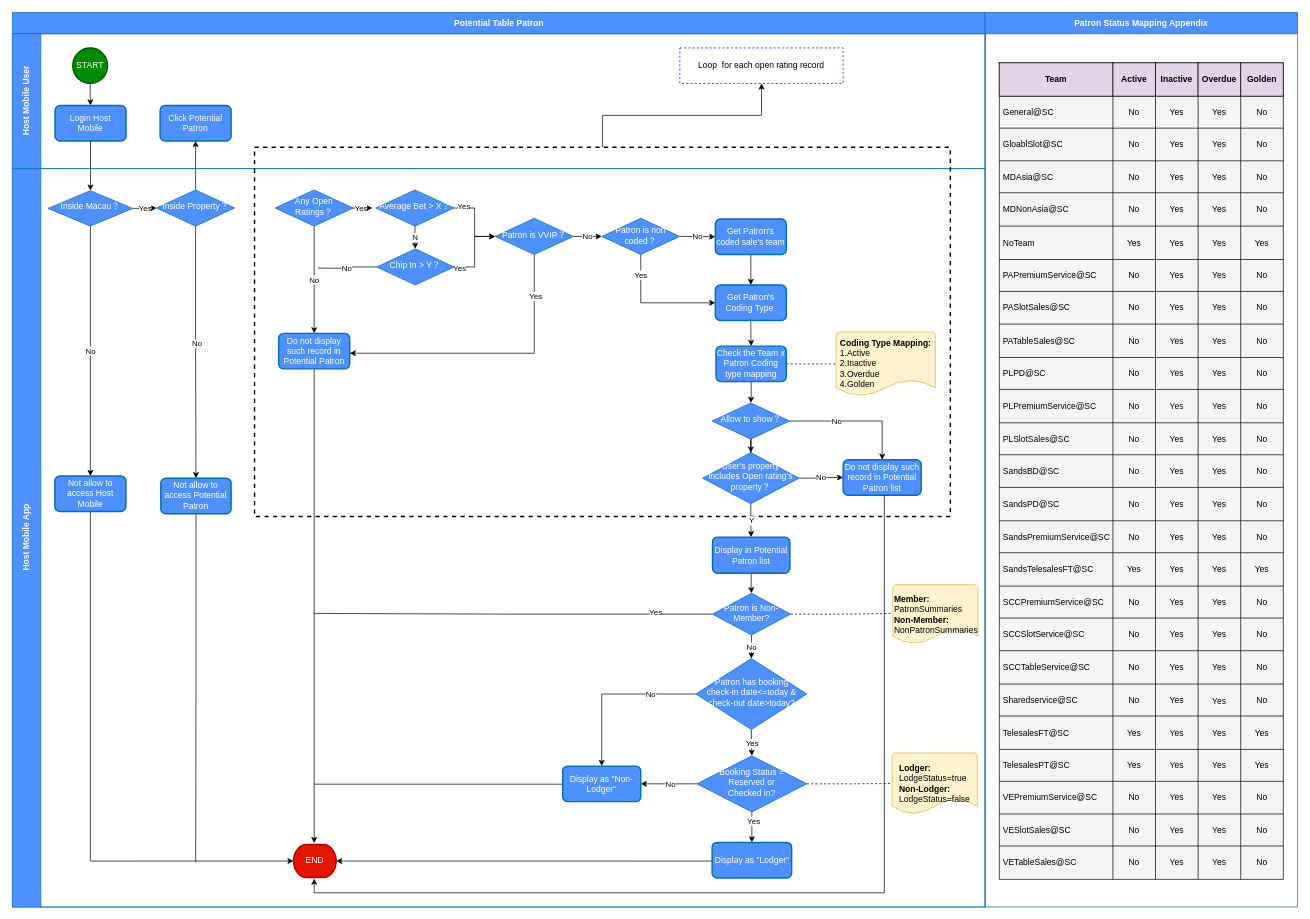
xiaobao0706/drawio keeps this draw.io diagram as Potential Slot Patron.drawio. Above is the earlier version. Source tidied: cells renumbered, new cells numbered last; positions are measured from the earlier drawing's top-left corner, leaving out a move shared by most shapes. Both pictures are drawn from the tidied source at 71%, with x=0, y=0 at pixel (12, 12).
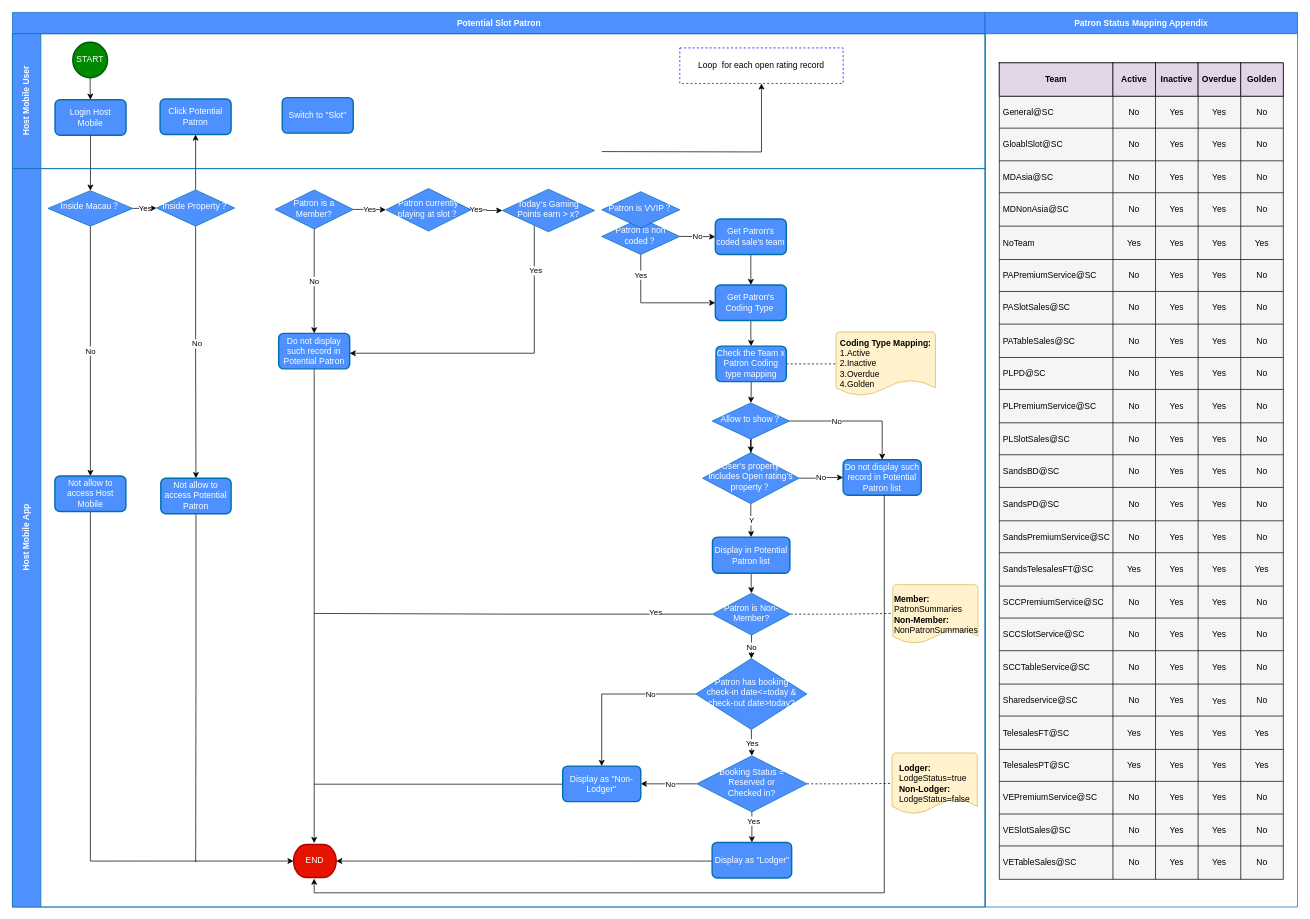
After the change.

Unchanged cells that the change refers to:
```xml
<mxCell id="3" value="Host Mobile User" style="swimlane;startSize=40;horizontal=0;html=1;fillColor=#4d90fe;fontColor=#ffffff;strokeColor=#006EAF;" parent="2" vertex="1">
  <mxGeometry y="30" width="1370" height="190" as="geometry" />
</mxCell>
<mxCell id="8" value="Loop&amp;nbsp; for each open rating record" style="rounded=0;whiteSpace=wrap;html=1;dashed=1;strokeColor=#0000FF;" parent="3" vertex="1">
  <mxGeometry x="940" y="20" width="230" height="50" as="geometry" />
</mxCell>
<mxCell id="12" value="Host Mobile App" style="swimlane;startSize=40;horizontal=0;html=1;fillColor=#4d90fe;fontColor=#ffffff;strokeColor=#006EAF;" parent="2" vertex="1">
  <mxGeometry y="220" width="1370" height="1040" as="geometry" />
</mxCell>
<mxCell id="44" value="Patron is non coded？" style="rhombus;whiteSpace=wrap;html=1;shadow=0;fontFamily=Helvetica;fontSize=12;align=center;strokeWidth=1;spacing=6;spacingTop=-4;fillColor=#4d90fe;fontColor=#ffffff;strokeColor=#006EAF;" parent="12" vertex="1">
  <mxGeometry x="830" y="70" width="110" height="51" as="geometry" />
</mxCell>
```

Change to the diagram source:
```diff
@@
-    <mxCell id="2" value="Potential Table Patron" style="swimlane;horizontal=1;startSize=30;html=1;direction=east;fillColor=#4d90fe;fontColor=#ffffff;strokeColor=#006EAF;" parent="1" vertex="1">
+    <mxCell id="2" value="Potential Slot Patron" style="swimlane;horizontal=1;startSize=30;html=1;direction=east;fillColor=#4d90fe;fontColor=#ffffff;strokeColor=#006EAF;" parent="1" vertex="1">
       <mxGeometry width="1370" height="1260" as="geometry" />
     </mxCell>
@@
     <mxCell id="5" value="START" style="strokeWidth=2;html=1;shape=mxgraph.flowchart.start_2;whiteSpace=wrap;fillColor=#008a00;fontColor=#ffffff;strokeColor=#005700;" parent="3" vertex="1">
-      <mxGeometry x="85" y="20" width="49" height="50" as="geometry" />
+      <mxGeometry x="85" y="12" width="49" height="50" as="geometry" />
     </mxCell>
     <mxCell id="6" value="Login Host &lt;br&gt;Mobile" style="rounded=1;whiteSpace=wrap;html=1;absoluteArcSize=1;arcSize=14;strokeWidth=2;fillColor=#4d90fe;fontColor=#ffffff;strokeColor=#006EAF;" parent="3" vertex="1">
-      <mxGeometry x="60" y="101" width="100" height="50" as="geometry" />
+      <mxGeometry x="60" y="93" width="100" height="50" as="geometry" />
     </mxCell>
     <mxCell id="7" value="Click Potential Patron" style="rounded=1;whiteSpace=wrap;html=1;absoluteArcSize=1;arcSize=14;strokeWidth=2;fillColor=#4d90fe;fontColor=#ffffff;strokeColor=#006EAF;" parent="3" vertex="1">
-      <mxGeometry x="208" y="101" width="100" height="50" as="geometry" />
+      <mxGeometry x="208" y="92" width="100" height="50" as="geometry" />
     </mxCell>
@@
+    <mxCell id="235" value="Switch to &quot;Slot&quot;" style="rounded=1;whiteSpace=wrap;html=1;absoluteArcSize=1;arcSize=14;strokeWidth=2;fillColor=#4d90fe;fontColor=#ffffff;strokeColor=#006EAF;" parent="3" vertex="1">
+      <mxGeometry x="380" y="90" width="100" height="50" as="geometry" />
+    </mxCell>
@@
-    <mxCell id="11" style="edgeStyle=orthogonalEdgeStyle;rounded=0;jettySize=auto;html=1;" parent="2" edge="1" source="13" target="8">
-      <mxGeometry relative="1" as="geometry" />
+    <mxCell id="11" style="edgeStyle=orthogonalEdgeStyle;rounded=0;jettySize=auto;html=1;" parent="2" edge="1" target="8">
+      <mxGeometry relative="1" as="geometry">
+        <mxPoint x="830" y="196" as="sourcePoint" />
+      </mxGeometry>
     </mxCell>
@@
-    <mxCell id="13" style="verticalLabelPosition=bottom;verticalAlign=top;html=1;shape=mxgraph.basic.rect;fillColor2=none;strokeWidth=2;size=20;indent=5;dashed=1;fillColor=none;" parent="12" vertex="1">
-      <mxGeometry x="341" y="-30" width="980" height="520" as="geometry" />
-    </mxCell>
@@
-    <mxCell id="24" value="Yes" style="edgeStyle=orthogonalEdgeStyle;rounded=0;orthogonalLoop=1;jettySize=auto;html=1;" parent="12" edge="1">
-      <mxGeometry relative="1" as="geometry">
-        <mxPoint x="475" y="55.5" as="sourcePoint" />
-        <mxPoint x="507" y="55.5" as="targetPoint" />
-      </mxGeometry>
+    <mxCell id="24" value="Yes" style="edgeStyle=orthogonalEdgeStyle;rounded=0;jettySize=auto;html=1;entryX=0;entryY=0.5;entryDx=0;entryDy=0;exitX=1;exitY=0.5;exitDx=0;exitDy=0;" parent="12" edge="1" source="26" target="31">
+      <mxGeometry relative="1" as="geometry" />
     </mxCell>
@@
-    <mxCell id="26" value="Any Open Ratings？" style="rhombus;whiteSpace=wrap;html=1;shadow=0;fontFamily=Helvetica;fontSize=12;align=center;strokeWidth=1;spacing=6;spacingTop=-4;fillColor=#4d90fe;fontColor=#ffffff;strokeColor=#006EAF;" parent="12" vertex="1">
-      <mxGeometry x="370" y="30" width="110" height="51" as="geometry" />
+    <mxCell id="26" value="Patron is a Member?" style="rhombus;whiteSpace=wrap;html=1;shadow=0;fontFamily=Helvetica;fontSize=12;align=center;strokeWidth=1;spacing=6;spacingTop=-4;fillColor=#4d90fe;fontColor=#ffffff;strokeColor=#006EAF;" parent="12" vertex="1">
+      <mxGeometry x="370" y="30" width="110" height="55" as="geometry" />
     </mxCell>
-    <mxCell id="27" value="N" style="edgeStyle=orthogonalEdgeStyle;rounded=0;jettySize=auto;html=1;" parent="12" edge="1" source="31" target="35">
-      <mxGeometry relative="1" as="geometry" />
-    </mxCell>
@@
-    <mxCell id="31" value="Average Bet &amp;gt; X？" style="rhombus;whiteSpace=wrap;html=1;shadow=0;fontFamily=Helvetica;fontSize=12;align=center;strokeWidth=1;spacing=6;spacingTop=-4;fillColor=#4d90fe;fontColor=#ffffff;strokeColor=#006EAF;" parent="12" vertex="1">
-      <mxGeometry x="512" y="30" width="110" height="51" as="geometry" />
+    <mxCell id="31" value="Patron currently playing at slot？" style="rhombus;whiteSpace=wrap;html=1;shadow=0;fontFamily=Helvetica;fontSize=12;align=center;strokeWidth=1;spacing=6;spacingTop=-4;fillColor=#4d90fe;fontColor=#ffffff;strokeColor=#006EAF;" parent="12" vertex="1">
+      <mxGeometry x="526" y="28" width="120" height="60" as="geometry" />
     </mxCell>
-    <mxCell id="32" style="edgeStyle=orthogonalEdgeStyle;rounded=0;jettySize=auto;html=1;endArrow=none;endFill=0;" parent="12" edge="1" source="35">
-      <mxGeometry relative="1" as="geometry">
-        <mxPoint x="430" y="140" as="targetPoint" />
-      </mxGeometry>
-    </mxCell>
-    <mxCell id="33" value="No" style="edgeLabel;html=1;align=center;verticalAlign=middle;" parent="32" vertex="1">
-      <mxGeometry x="0.06" relative="1" as="geometry" />
-    </mxCell>
-    <mxCell id="34" value="Yes" style="edgeStyle=orthogonalEdgeStyle;rounded=0;jettySize=auto;html=1;" parent="12" edge="1" source="35" target="41">
-      <mxGeometry x="-0.84" y="-1" relative="1" as="geometry" />
-    </mxCell>
-    <mxCell id="35" value="Chip In &amp;gt; Y？" style="rhombus;whiteSpace=wrap;html=1;shadow=0;fontFamily=Helvetica;fontSize=12;align=center;strokeWidth=1;spacing=6;spacingTop=-4;fillColor=#4d90fe;fontColor=#ffffff;strokeColor=#006EAF;" parent="12" vertex="1">
-      <mxGeometry x="513" y="113" width="109" height="51" as="geometry" />
-    </mxCell>
@@
-    <mxCell id="38" value="No" style="edgeStyle=orthogonalEdgeStyle;rounded=0;jettySize=auto;html=1;" parent="12" edge="1" source="41" target="44">
-      <mxGeometry relative="1" as="geometry">
-        <Array as="points">
-          <mxPoint x="810" y="96" />
-          <mxPoint x="810" y="96" />
-        </Array>
-      </mxGeometry>
-    </mxCell>
@@
-    <mxCell id="41" value="Patron is VVIP？" style="rhombus;whiteSpace=wrap;html=1;shadow=0;fontFamily=Helvetica;fontSize=12;align=center;strokeWidth=1;spacing=6;spacingTop=-4;fillColor=#4d90fe;fontColor=#ffffff;strokeColor=#006EAF;" parent="12" vertex="1">
-      <mxGeometry x="680" y="70" width="110" height="51" as="geometry" />
+    <mxCell id="41" value="Today‘s Gaming Points earn &amp;gt; x?" style="rhombus;whiteSpace=wrap;html=1;shadow=0;fontFamily=Helvetica;fontSize=12;align=center;strokeWidth=1;spacing=6;spacingTop=-4;fillColor=#4d90fe;fontColor=#ffffff;strokeColor=#006EAF;" parent="12" vertex="1">
+      <mxGeometry x="690" y="29" width="130" height="60" as="geometry" />
     </mxCell>
@@
+    <mxCell id="236" value="Patron is VVIP？" style="rhombus;whiteSpace=wrap;html=1;shadow=0;fontFamily=Helvetica;fontSize=12;align=center;strokeWidth=1;spacing=6;spacingTop=-4;fillColor=#4d90fe;fontColor=#ffffff;strokeColor=#006EAF;" parent="12" vertex="1">
+      <mxGeometry x="830" y="32.5" width="110" height="51" as="geometry" />
+    </mxCell>
```
